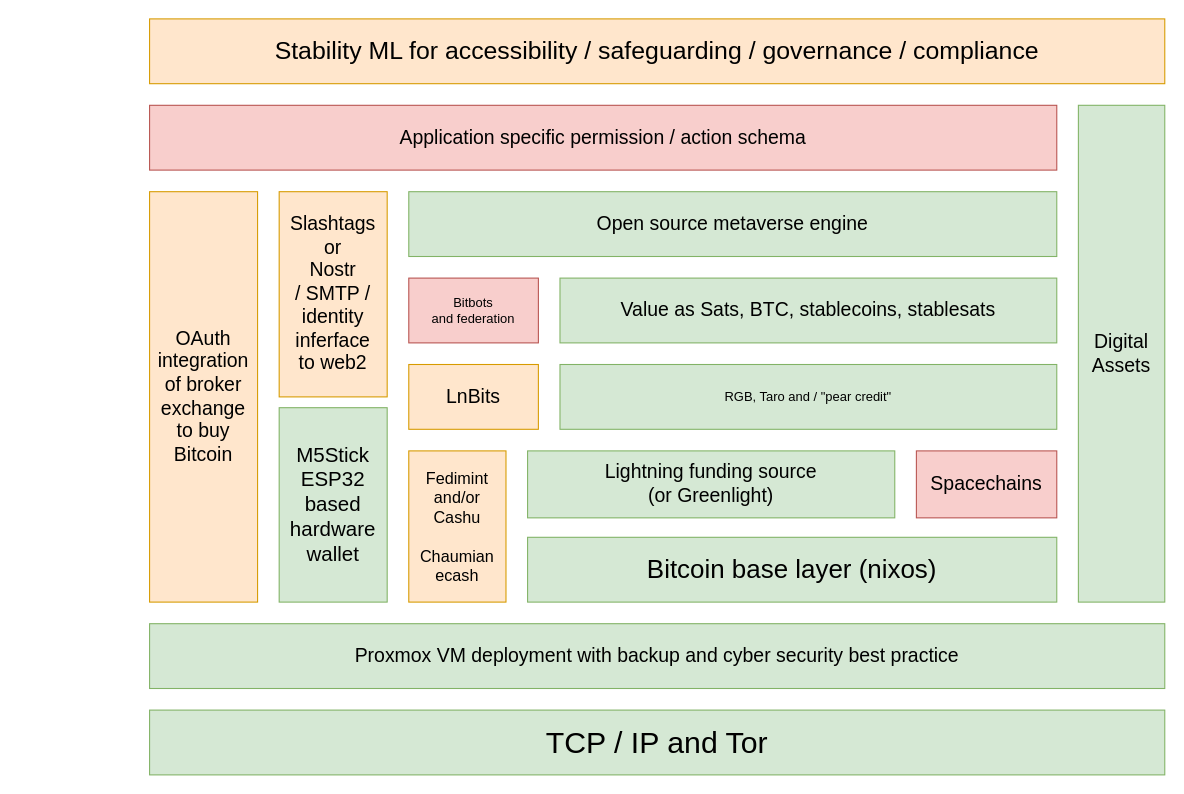
jjohare/DigiSocConvergence keeps this draw.io diagram as Book/Images/HighLevelStack.drawio. Above is the earlier version. Source tidied: cells renumbered, new cells numbered last; positions are measured from the earlier drawing's top-left corner, leaving out a move shared by most shapes. Both pictures are drawn from the tidied source at 108%, with x=0, y=0 at pixel (149, 18).
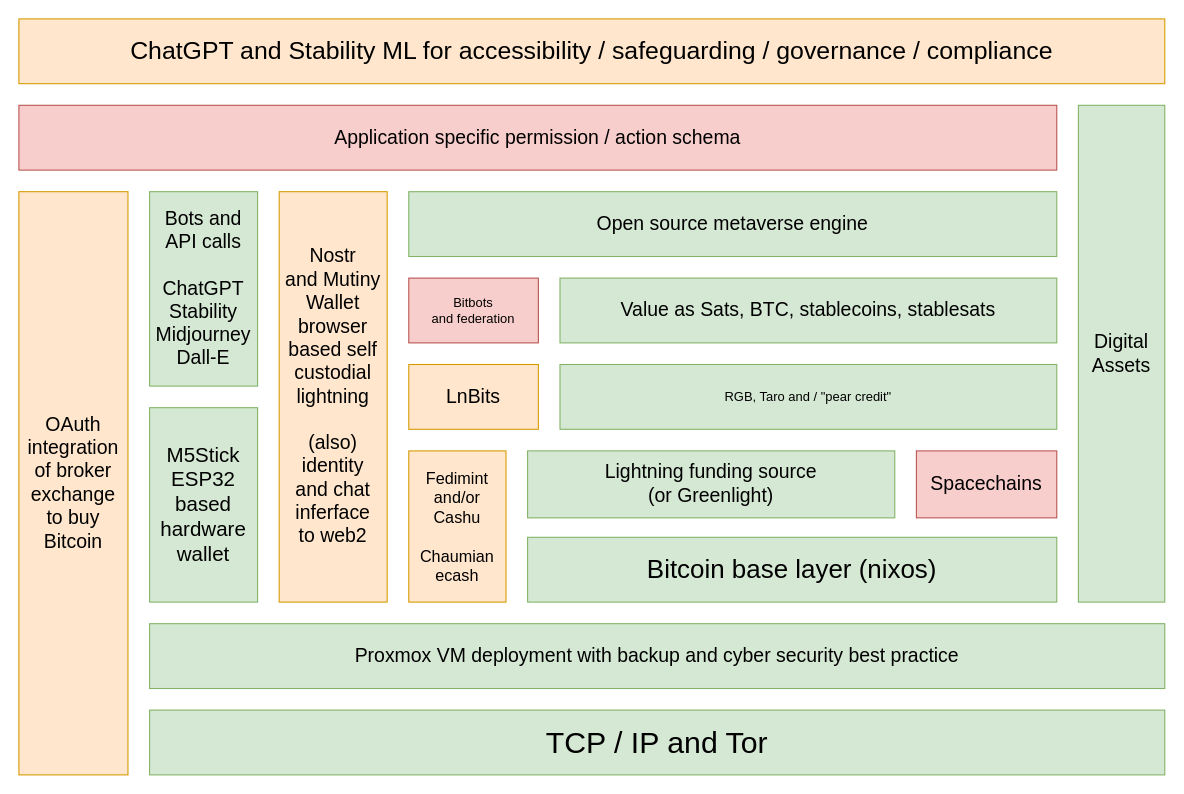
The same diagram, later.

Change to the diagram source:
```diff
@@
 <mxGraphModel>
   <root>
     <mxCell id="0" />
     <mxCell id="1" parent="0" />
     <mxCell id="2" value="&lt;font style=&quot;font-size: 18px&quot;&gt;Application specific permission / action schema&lt;br&gt;&lt;/font&gt;" style="rounded=0;whiteSpace=wrap;html=1;fillColor=#f8cecc;strokeColor=#b85450;" parent="1" vertex="1">
-      <mxGeometry y="80" width="840" height="60" as="geometry" />
+      <mxGeometry x="-121" y="80" width="961" height="60" as="geometry" />
     </mxCell>
-    <mxCell id="3" value="&lt;div&gt;Slashtags&lt;/div&gt;&lt;div&gt;or&lt;br&gt;&lt;/div&gt;&lt;div&gt;Nostr&lt;/div&gt;&lt;div&gt;/ SMTP /&lt;br&gt;&lt;/div&gt;&lt;div&gt;identity &lt;br&gt;&lt;/div&gt;&lt;div&gt;inferface&lt;/div&gt;&lt;div&gt;to web2&lt;br&gt;&lt;/div&gt;" style="rounded=0;whiteSpace=wrap;html=1;fontSize=18;fillColor=#ffe6cc;strokeColor=#d79b00;" parent="1" vertex="1">
-      <mxGeometry x="120" y="160" width="100" height="190" as="geometry" />
+    <mxCell id="3" value="&lt;div&gt;Nostr&lt;/div&gt;&lt;div&gt;and Mutiny Wallet browser based self custodial lightning&lt;br&gt;&lt;/div&gt;&lt;div&gt;&lt;br&gt;&lt;/div&gt;&lt;div&gt;(also)&lt;br&gt;&lt;/div&gt;&lt;div&gt;identity&lt;/div&gt;&lt;div&gt;and chat &lt;br&gt;&lt;/div&gt;&lt;div&gt;inferface&lt;/div&gt;&lt;div&gt;to web2&lt;br&gt;&lt;/div&gt;" style="rounded=0;whiteSpace=wrap;html=1;fontSize=18;fillColor=#ffe6cc;strokeColor=#d79b00;" parent="1" vertex="1">
+      <mxGeometry x="120" y="160" width="100" height="380" as="geometry" />
     </mxCell>
     <mxCell id="4" value="LnBits" style="rounded=0;whiteSpace=wrap;html=1;fontSize=18;fillColor=#ffe6cc;strokeColor=#d79b00;" parent="1" vertex="1">
       <mxGeometry x="240" y="320" width="120" height="60" as="geometry" />
     </mxCell>
     <mxCell id="5" value="&lt;font style=&quot;font-size: 18px&quot;&gt;Open source metaverse engine&lt;/font&gt;" style="rounded=0;whiteSpace=wrap;html=1;fillColor=#d5e8d4;strokeColor=#82b366;" parent="1" vertex="1">
       <mxGeometry x="240" y="160" width="600" height="60" as="geometry" />
     </mxCell>
     <mxCell id="6" value="&lt;font style=&quot;font-size: 18px&quot;&gt;Value as Sats, BTC, stablecoins, stablesats&lt;br&gt;&lt;/font&gt;" style="rounded=0;whiteSpace=wrap;html=1;fillColor=#d5e8d4;strokeColor=#82b366;" parent="1" vertex="1">
       <mxGeometry x="380" y="240" width="460" height="60" as="geometry" />
     </mxCell>
     <mxCell id="7" value="RGB, Taro and / &quot;pear credit&quot;" style="rounded=0;whiteSpace=wrap;html=1;fillColor=#d5e8d4;strokeColor=#82b366;" parent="1" vertex="1">
       <mxGeometry x="380" y="320" width="460" height="60" as="geometry" />
     </mxCell>
     <mxCell id="8" value="&lt;div&gt;&lt;font style=&quot;font-size: 18px&quot;&gt;Lightning funding source&lt;/font&gt;&lt;/div&gt;&lt;div&gt;&lt;font style=&quot;font-size: 18px&quot;&gt;(or Greenlight)&lt;br&gt; &lt;/font&gt;&lt;/div&gt;" style="rounded=0;whiteSpace=wrap;html=1;fillColor=#d5e8d4;strokeColor=#82b366;" parent="1" vertex="1">
       <mxGeometry x="350" y="400" width="340" height="62" as="geometry" />
     </mxCell>
     <mxCell id="9" value="&lt;font style=&quot;font-size: 24px&quot;&gt;Bitcoin base layer (nixos)&lt;br&gt;&lt;/font&gt;" style="rounded=0;whiteSpace=wrap;html=1;fillColor=#d5e8d4;strokeColor=#82b366;" parent="1" vertex="1">
       <mxGeometry x="350" y="480" width="490" height="60" as="geometry" />
     </mxCell>
     <mxCell id="10" value="&lt;font style=&quot;font-size: 18px&quot;&gt;Proxmox VM deployment with backup and cyber security best practice&lt;/font&gt;" style="rounded=0;whiteSpace=wrap;html=1;fillColor=#d5e8d4;strokeColor=#82b366;" parent="1" vertex="1">
       <mxGeometry y="560" width="940" height="60" as="geometry" />
     </mxCell>
     <mxCell id="11" value="&lt;div&gt;Digital&lt;br&gt;&lt;/div&gt;&lt;div&gt;Assets&lt;/div&gt;" style="rounded=0;whiteSpace=wrap;html=1;fontSize=18;fillColor=#d5e8d4;strokeColor=#82b366;" parent="1" vertex="1">
       <mxGeometry x="860" y="80" width="80" height="460" as="geometry" />
     </mxCell>
     <mxCell id="12" value="&lt;font style=&quot;font-size: 18px;&quot;&gt;Spacechains&lt;/font&gt;" style="rounded=0;whiteSpace=wrap;html=1;fillColor=#f8cecc;strokeColor=#b85450;" parent="1" vertex="1">
       <mxGeometry x="710" y="400" width="130" height="62" as="geometry" />
     </mxCell>
-    <mxCell id="13" value="&lt;font style=&quot;font-size: 23px;&quot;&gt;Stability ML for accessibility / safeguarding / governance / compliance&lt;br&gt;&lt;/font&gt;" style="rounded=0;whiteSpace=wrap;html=1;fillColor=#ffe6cc;strokeColor=#d79b00;" parent="1" vertex="1">
-      <mxGeometry width="940" height="60" as="geometry" />
+    <mxCell id="13" value="&lt;font style=&quot;font-size: 23px;&quot;&gt;ChatGPT and Stability ML for accessibility / safeguarding / governance / compliance&lt;br&gt;&lt;/font&gt;" style="rounded=0;whiteSpace=wrap;html=1;fillColor=#ffe6cc;strokeColor=#d79b00;" parent="1" vertex="1">
+      <mxGeometry x="-121" width="1061" height="60" as="geometry" />
     </mxCell>
     <mxCell id="14" value="&lt;font style=&quot;font-size: 28px;&quot;&gt;TCP / IP and Tor&lt;br&gt;&lt;/font&gt;" style="rounded=0;whiteSpace=wrap;html=1;fillColor=#d5e8d4;strokeColor=#82b366;" parent="1" vertex="1">
       <mxGeometry y="640" width="940" height="60" as="geometry" />
     </mxCell>
     <mxCell id="15" value="&lt;div style=&quot;font-size: 15px;&quot;&gt;&lt;font style=&quot;font-size: 15px;&quot;&gt;Fedimint&lt;/font&gt;&lt;/div&gt;&lt;div style=&quot;font-size: 15px;&quot;&gt;&lt;font style=&quot;font-size: 15px;&quot;&gt;and/or&lt;/font&gt;&lt;/div&gt;&lt;div style=&quot;font-size: 15px;&quot;&gt;&lt;font style=&quot;font-size: 15px;&quot;&gt;Cashu&lt;/font&gt;&lt;/div&gt;&lt;div style=&quot;font-size: 15px;&quot;&gt;&lt;font style=&quot;font-size: 15px;&quot;&gt;&lt;br&gt;&lt;/font&gt;&lt;/div&gt;&lt;div style=&quot;font-size: 15px;&quot;&gt;&lt;font style=&quot;font-size: 15px;&quot;&gt;Chaumian&lt;/font&gt;&lt;/div&gt;&lt;div style=&quot;font-size: 15px;&quot;&gt;&lt;font style=&quot;font-size: 15px;&quot;&gt;ecash&lt;br&gt;&lt;/font&gt;&lt;/div&gt;" style="rounded=0;whiteSpace=wrap;html=1;fillColor=#ffe6cc;strokeColor=#d79b00;" parent="1" vertex="1">
       <mxGeometry x="240" y="400" width="90" height="140" as="geometry" />
     </mxCell>
     <mxCell id="16" value="&lt;div&gt;Bitbots&lt;/div&gt;&lt;div&gt;and federation&lt;br&gt;&lt;/div&gt;" style="rounded=0;whiteSpace=wrap;html=1;fillColor=#f8cecc;strokeColor=#b85450;" parent="1" vertex="1">
       <mxGeometry x="240" y="240" width="120" height="60" as="geometry" />
     </mxCell>
     <mxCell id="17" value="&lt;h3 style=&quot;font-size: 19px;&quot; class=&quot;ud-feature-title&quot;&gt;&lt;span style=&quot;font-weight: normal;&quot;&gt;M5Stick ESP32&lt;/span&gt; &lt;span style=&quot;font-weight: normal;&quot;&gt;based hardware wallet&lt;/span&gt;&lt;br&gt;&lt;/h3&gt;" style="rounded=0;whiteSpace=wrap;html=1;fontSize=18;fillColor=#d5e8d4;strokeColor=#82b366;" parent="1" vertex="1">
-      <mxGeometry x="120" y="360" width="100" height="180" as="geometry" />
+      <mxGeometry y="360" width="100" height="180" as="geometry" />
     </mxCell>
     <mxCell id="18" value="&lt;div&gt;OAuth integration of broker exchange&lt;/div&gt;&lt;div&gt;to buy&lt;/div&gt;&lt;div&gt;Bitcoin&lt;br&gt;&lt;/div&gt;" style="rounded=0;whiteSpace=wrap;html=1;fontSize=18;fillColor=#ffe6cc;strokeColor=#d79b00;" parent="1" vertex="1">
-      <mxGeometry y="160" width="100" height="380" as="geometry" />
+      <mxGeometry x="-121" y="160" width="101" height="540" as="geometry" />
     </mxCell>
+    <mxCell id="19" value="&lt;div&gt;Bots and API calls&lt;/div&gt;&lt;div&gt;&lt;br&gt;&lt;/div&gt;&lt;div&gt;ChatGPT&lt;br&gt;Stability&lt;br&gt;Midjourney&lt;br&gt;Dall-E&lt;br&gt;&lt;/div&gt;" style="rounded=0;whiteSpace=wrap;html=1;fontSize=18;fillColor=#d5e8d4;strokeColor=#82b366;" parent="1" vertex="1">
+      <mxGeometry y="160" width="100" height="180" as="geometry" />
+    </mxCell>
   </root>
 </mxGraphModel>
```
